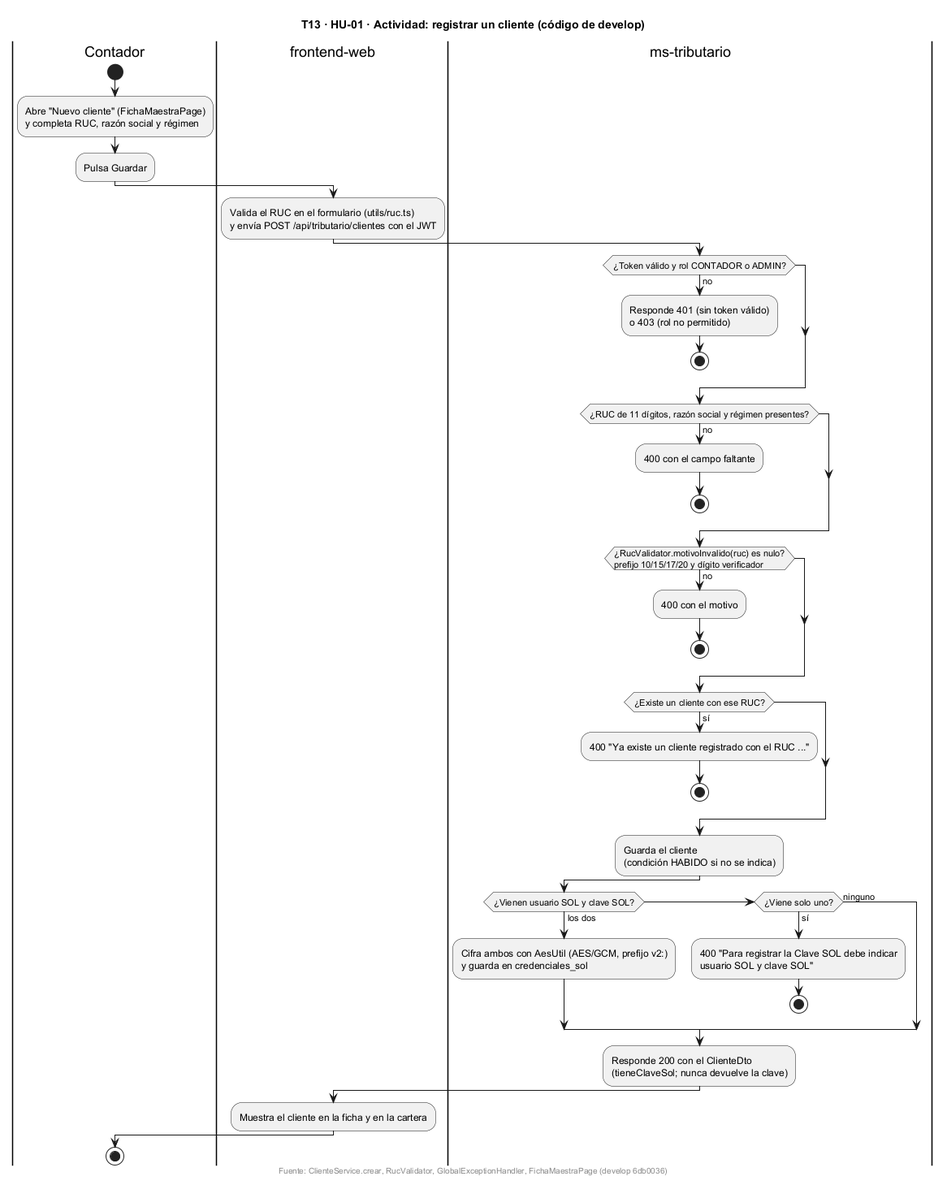
The PlantUML diagram docs/uml/img/T13-HU01-actividad.png in fabianrodriguez33/plus-contable, before a commit. The source it was exported from:
```plantuml
@startuml
title T13 · HU-01 · Actividad: registrar un cliente (código de develop)
skinparam shadowing false

|Contador|
start
:Abre "Nuevo cliente" (FichaMaestraPage)
y completa RUC, razón social y régimen;
:Pulsa Guardar;

|frontend-web|
:Valida el RUC en el formulario (utils/ruc.ts)
y envía POST /api/tributario/clientes con el JWT;

|ms-tributario|
if (¿Token válido y rol CONTADOR o ADMIN?) then (no)
  :Responde 401 (sin token válido)
  o 403 (rol no permitido);
  stop
endif
if (¿RUC de 11 dígitos, razón social y régimen presentes?) then (no)
  :400 con el campo faltante;
  stop
endif
if (¿RucValidator.motivoInvalido(ruc) es nulo?\nprefijo 10/15/17/20 y dígito verificador) then (no)
  :400 con el motivo;
  stop
endif
if (¿Existe un cliente con ese RUC?) then (sí)
  :400 "Ya existe un cliente registrado con el RUC ...";
  stop
endif
:Guarda el cliente\n(condición HABIDO si no se indica);
if (¿Vienen usuario SOL y clave SOL?) then (los dos)
  :Cifra ambos con AesUtil (AES/GCM, prefijo v2:)
  y guarda en credenciales_sol;
elseif (¿Viene solo uno?) then (sí)
  :400 "Para registrar la Clave SOL debe indicar
  usuario SOL y clave SOL";
  stop
else (ninguno)
endif
:Responde 200 con el ClienteDto
(tieneClaveSol; nunca devuelve la clave);

|frontend-web|
:Muestra el cliente en la ficha y en la cartera;

|Contador|
stop

footer Fuente: ClienteService.crear, RucValidator, GlobalExceptionHandler, FichaMaestraPage (develop 6db0036)
@enduml
```
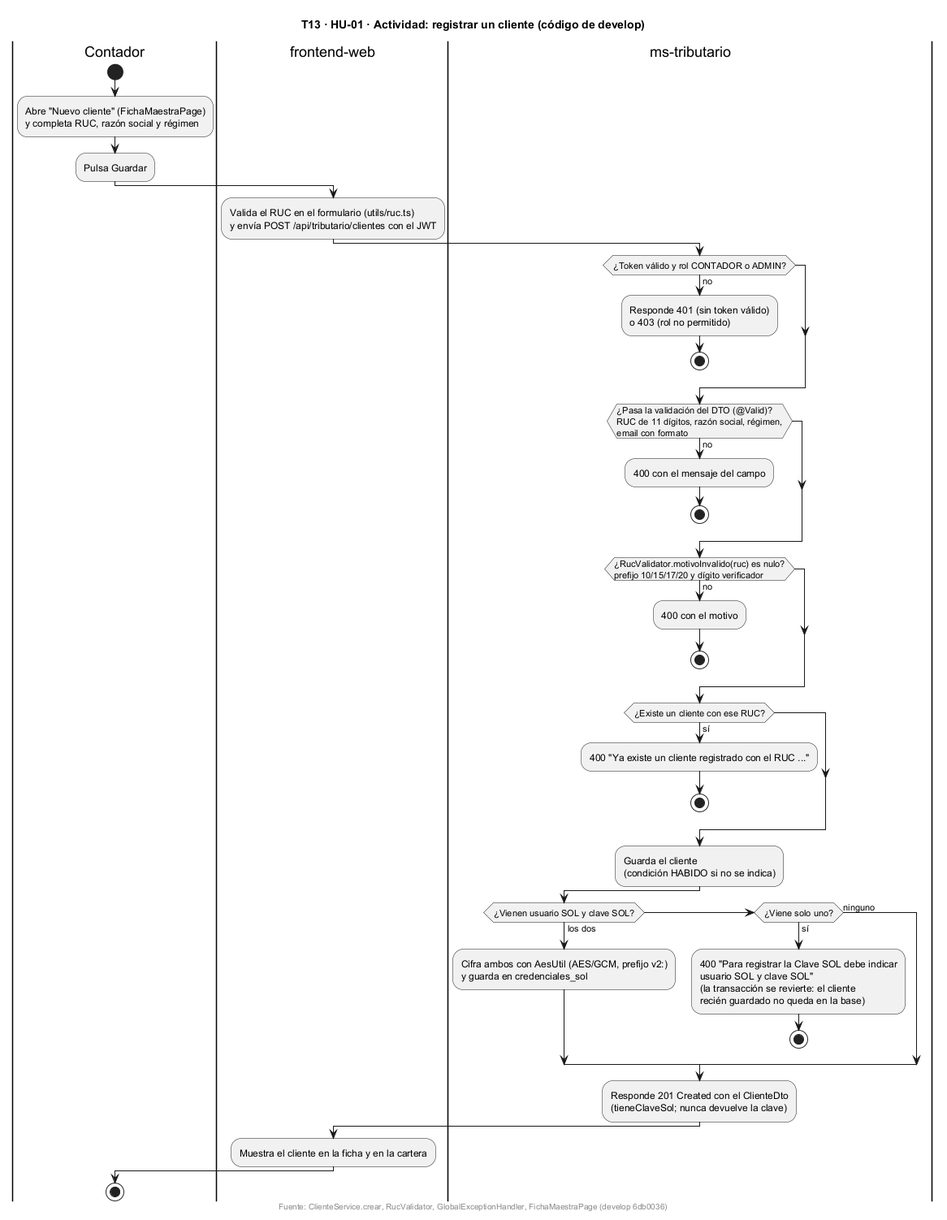
After the change.

What changed in the source:
```diff
@@ -18,8 +18,10 @@
   o 403 (rol no permitido);
   stop
 endif
-if (¿RUC de 11 dígitos, razón social y régimen presentes?) then (no)
-  :400 con el campo faltante;
+if (¿Pasa la validación del DTO (@Valid)?
+RUC de 11 dígitos, razón social, régimen,
+email con formato) then (no)
+  :400 con el mensaje del campo;
   stop
 endif
 if (¿RucValidator.motivoInvalido(ruc) es nulo?\nprefijo 10/15/17/20 y dígito verificador) then (no)
@@ -36,11 +38,13 @@
   y guarda en credenciales_sol;
 elseif (¿Viene solo uno?) then (sí)
   :400 "Para registrar la Clave SOL debe indicar
-  usuario SOL y clave SOL";
+  usuario SOL y clave SOL"
+  (la transacción se revierte: el cliente
+  recién guardado no queda en la base);
   stop
 else (ninguno)
 endif
-:Responde 200 con el ClienteDto
+:Responde 201 Created con el ClienteDto
 (tieneClaveSol; nunca devuelve la clave);
 
 |frontend-web|
```
